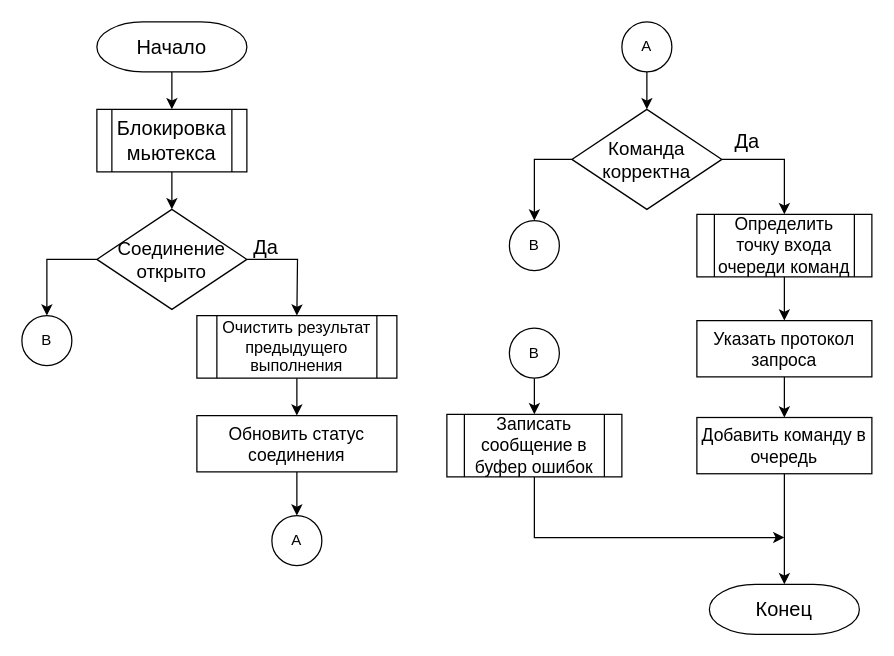
This is Диаграммы/Send2.drawio from platosha-git/Diplom-theory, a draw.io file, before an edit. Source tidied: cells renumbered, new cells numbered last; positions are measured from the earlier drawing's top-left corner, leaving out a move shared by most shapes. Both pictures are drawn from the tidied source at 125%, with x=0, y=0 at pixel (21, 21).
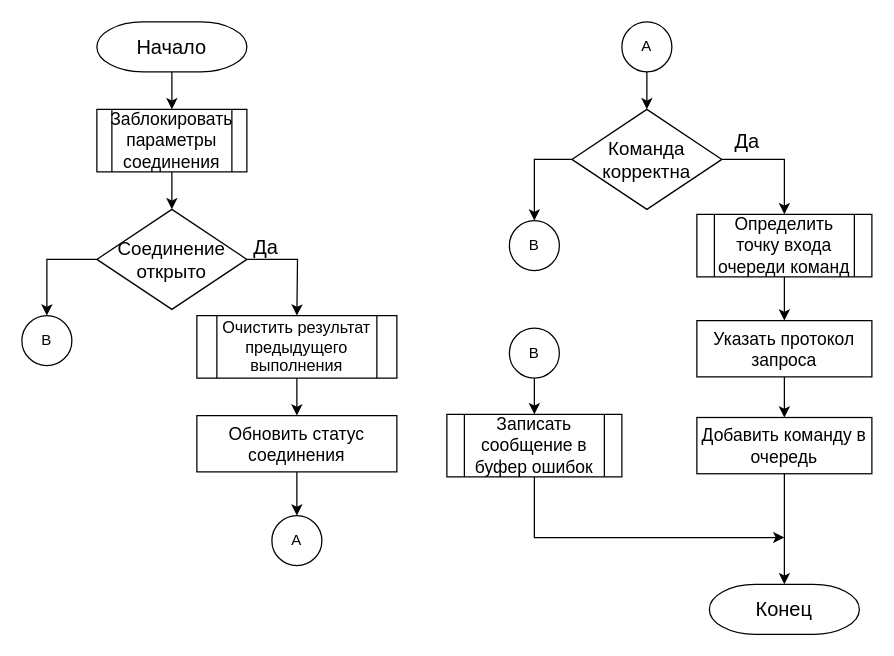
After the change.

The edit, as a diff of the source:
```diff
@@
-    <mxCell id="5" value="&lt;font style=&quot;font-size: 16px&quot;&gt;Блокировка мьютекса&lt;/font&gt;" style="shape=process;whiteSpace=wrap;html=1;backgroundOutline=1;rounded=0;strokeWidth=1;" parent="1" vertex="1">
+    <mxCell id="5" value="&lt;font style=&quot;font-size: 14px&quot;&gt;Заблокировать&lt;br&gt;параметры&lt;br&gt;соединения&lt;br&gt;&lt;/font&gt;" style="shape=process;whiteSpace=wrap;html=1;backgroundOutline=1;rounded=0;strokeWidth=1;" parent="1" vertex="1">
       <mxGeometry x="60" y="70" width="120" height="50" as="geometry" />
     </mxCell>
```
